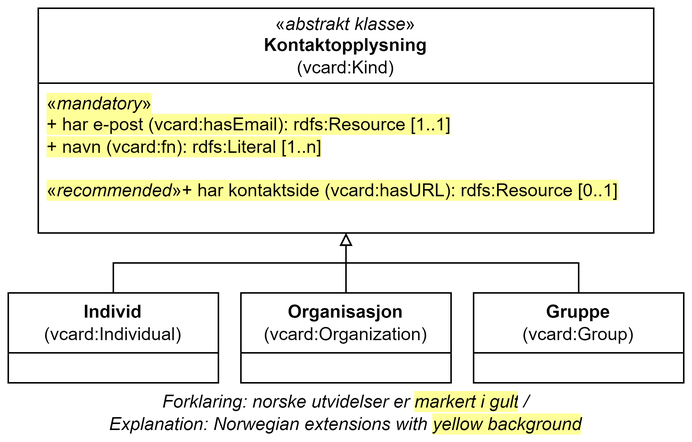
The draw.io diagram images/Klassen-Kontaktopplysning.png in Informasjonsforvaltning/dcat-ap-no, before a commit. Source tidied: cells renumbered, new cells last; positions are measured from the earlier drawing's top-left corner, leaving out a move shared by most shapes.
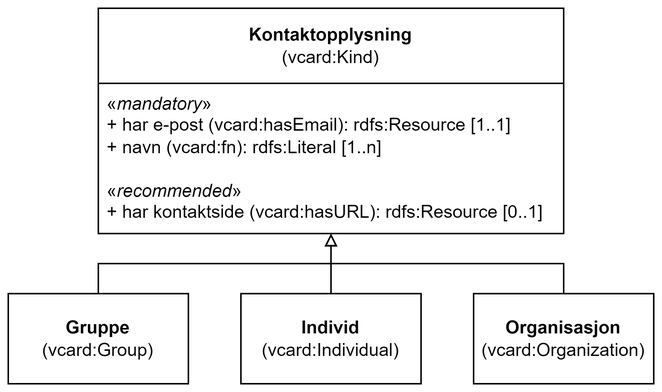
Later version of the same file.

What changed in the source:
```diff
@@ -2,42 +2,43 @@
   <root>
     <mxCell id="0" />
     <mxCell id="1" parent="0" />
-    <mxCell id="2" value="&lt;span style=&quot;font-weight: normal;&quot;&gt;«&lt;i&gt;abstrakt klasse&lt;/i&gt;»&lt;/span&gt;&lt;br&gt;&lt;div&gt;Kontaktopplysning&lt;/div&gt;&lt;div&gt;&lt;span style=&quot;font-weight: normal;&quot;&gt;(vcard:Kind)&lt;/span&gt;&lt;/div&gt;" style="swimlane;whiteSpace=wrap;html=1;startSize=50;" parent="1" vertex="1">
-      <mxGeometry x="20" width="410" height="150" as="geometry" />
+    <mxCell id="2" value="&lt;div&gt;Kontaktopplysning&lt;/div&gt;&lt;div&gt;&lt;span style=&quot;font-weight: normal;&quot;&gt;(vcard:Kind)&lt;/span&gt;&lt;/div&gt;" style="swimlane;whiteSpace=wrap;html=1;startSize=50;" parent="1" vertex="1">
+      <mxGeometry x="70" width="310" height="150" as="geometry" />
     </mxCell>
-    <mxCell id="3" value="&lt;span style=&quot;background-color: rgb(255, 255, 153);&quot;&gt;«&lt;i&gt;mandatory&lt;/i&gt;»&lt;br&gt;&lt;/span&gt;&lt;div&gt;&lt;span style=&quot;background-color: rgb(255, 255, 153);&quot;&gt;+ har e-post (vcard:hasEmail):&amp;nbsp;&lt;/span&gt;&lt;span style=&quot;background-color: rgb(255, 255, 153);&quot;&gt;rdfs:Resource&lt;/span&gt;&lt;span style=&quot;background-color: rgb(255, 255, 153);&quot;&gt;&amp;nbsp;[1..1]&lt;/span&gt;&lt;/div&gt;&lt;span style=&quot;background-color: rgb(255, 255, 153);&quot;&gt;+ navn (vcard:fn): rdfs:Literal [1..n]&lt;br&gt;&lt;/span&gt;&lt;div&gt;&lt;div&gt;&lt;br&gt;&lt;/div&gt;&lt;/div&gt;&lt;div&gt;&lt;span style=&quot;background-color: rgb(255, 255, 153);&quot;&gt;«&lt;i&gt;recommended&lt;/i&gt;»&lt;/span&gt;&lt;span style=&quot;background-color: rgb(255, 255, 153);&quot;&gt;+ har kontaktside (vcard:hasURL): rdfs:Resource [0..1]&lt;/span&gt;&lt;span style=&quot;background-color: rgb(255, 255, 153);&quot;&gt;&lt;br&gt;&lt;/span&gt;&lt;/div&gt;&lt;div&gt;&lt;br&gt;&lt;/div&gt;" style="text;strokeColor=none;fillColor=none;align=left;verticalAlign=top;spacingLeft=4;spacingRight=4;overflow=hidden;whiteSpace=wrap;html=1;" parent="2" vertex="1">
-      <mxGeometry y="50" width="400" height="100" as="geometry" />
+    <mxCell id="3" value="«&lt;i style=&quot;&quot;&gt;mandatory&lt;/i&gt;»&lt;br&gt;&lt;div&gt;+ har e-post (vcard:hasEmail):&amp;nbsp;rdfs:Resource&amp;nbsp;[1..1]&lt;/div&gt;+ navn (vcard:fn): rdfs:Literal [1..n]&lt;br&gt;&lt;div&gt;&lt;div&gt;&lt;br&gt;&lt;/div&gt;&lt;/div&gt;&lt;div&gt;«&lt;i&gt;recommended&lt;/i&gt;»&lt;/div&gt;&lt;div&gt;+ har kontaktside (vcard:hasURL): rdfs:Resource [0..1]&lt;/div&gt;" style="text;strokeColor=none;fillColor=none;align=left;verticalAlign=top;spacingLeft=4;spacingRight=4;overflow=hidden;whiteSpace=wrap;html=1;" parent="2" vertex="1">
+      <mxGeometry y="50" width="320" height="100" as="geometry" />
     </mxCell>
+    <mxCell id="6" style="endArrow=block;html=1;rounded=0;exitX=0.5;exitY=0;exitDx=0;exitDy=0;entryX=0.5;entryY=1;entryDx=0;entryDy=0;endFill=0;" parent="1" edge="1" target="2">
+      <mxGeometry relative="1" as="geometry">
+        <mxPoint x="70" y="190" as="sourcePoint" />
+        <Array as="points">
+          <mxPoint x="70" y="170" />
+          <mxPoint x="225" y="170" />
+        </Array>
+      </mxGeometry>
+    </mxCell>
+    <mxCell id="7" style="endArrow=block;html=1;rounded=0;exitX=0.5;exitY=0;exitDx=0;exitDy=0;endFill=0;entryX=0.5;entryY=1;entryDx=0;entryDy=0;" parent="1" edge="1" target="2">
+      <mxGeometry relative="1" as="geometry">
+        <mxPoint x="225" y="190" as="sourcePoint" />
+      </mxGeometry>
+    </mxCell>
+    <mxCell id="9" style="endArrow=block;html=1;rounded=0;exitX=0.5;exitY=0;exitDx=0;exitDy=0;endFill=0;entryX=0.5;entryY=1;entryDx=0;entryDy=0;" parent="1" edge="1" target="2">
+      <mxGeometry relative="1" as="geometry">
+        <mxPoint x="380" y="190" as="sourcePoint" />
+        <Array as="points">
+          <mxPoint x="380" y="170" />
+          <mxPoint x="225" y="170" />
+        </Array>
+      </mxGeometry>
+    </mxCell>
-    <mxCell id="4" value="Individ&lt;br&gt;&lt;span style=&quot;font-weight: normal;&quot;&gt;(vcard:Individual&lt;span style=&quot;background-color: initial;&quot;&gt;)&lt;/span&gt;&lt;/span&gt;" style="swimlane;whiteSpace=wrap;html=1;startSize=40;" parent="1" vertex="1">
-      <mxGeometry y="190" width="140" height="60" as="geometry" />
+    <mxCell id="4" value="&lt;span style=&quot;color: rgb(0, 0, 0); font-family: Helvetica; font-size: 12px; font-style: normal; font-variant-ligatures: normal; font-variant-caps: normal; font-weight: 700; letter-spacing: normal; orphans: 2; text-align: center; text-indent: 0px; text-transform: none; widows: 2; word-spacing: 0px; -webkit-text-stroke-width: 0px; white-space: normal; text-decoration-thickness: initial; text-decoration-style: initial; text-decoration-color: initial; float: none; display: inline !important;&quot;&gt;Individ&lt;/span&gt;&lt;br style=&quot;forced-color-adjust: none; color: rgb(0, 0, 0); font-family: Helvetica; font-size: 12px; font-style: normal; font-variant-ligatures: normal; font-variant-caps: normal; font-weight: 700; letter-spacing: normal; orphans: 2; text-align: center; text-indent: 0px; text-transform: none; widows: 2; word-spacing: 0px; -webkit-text-stroke-width: 0px; white-space: normal; text-decoration-thickness: initial; text-decoration-style: initial; text-decoration-color: initial;&quot;&gt;&lt;span style=&quot;forced-color-adjust: none; color: rgb(0, 0, 0); font-family: Helvetica; font-size: 12px; font-style: normal; font-variant-ligatures: normal; font-variant-caps: normal; letter-spacing: normal; orphans: 2; text-align: center; text-indent: 0px; text-transform: none; widows: 2; word-spacing: 0px; -webkit-text-stroke-width: 0px; white-space: normal; text-decoration-thickness: initial; text-decoration-style: initial; text-decoration-color: initial; font-weight: normal;&quot;&gt;(vcard:Individual&lt;span style=&quot;forced-color-adjust: none;&quot;&gt;)&lt;/span&gt;&lt;/span&gt;" style="rounded=0;whiteSpace=wrap;html=1;" parent="1" vertex="1">
+      <mxGeometry x="165" y="190" width="120" height="60" as="geometry" />
     </mxCell>
-    <mxCell id="5" value="Organisasjon&lt;br&gt;&lt;span style=&quot;font-weight: normal;&quot;&gt;(vcard:Organization&lt;span style=&quot;border-color: var(--border-color); background-color: initial;&quot;&gt;)&lt;/span&gt;&lt;/span&gt;" style="swimlane;whiteSpace=wrap;html=1;startSize=40;" parent="1" vertex="1">
-      <mxGeometry x="155" y="190" width="140" height="60" as="geometry" />
+    <mxCell id="5" value="&lt;span style=&quot;font-weight: 700;&quot;&gt;Organisasjon&lt;/span&gt;&lt;br style=&quot;font-weight: 700;&quot;&gt;(vcard:Organization&lt;span style=&quot;border-color: var(--border-color);&quot;&gt;)&lt;/span&gt;" style="rounded=0;whiteSpace=wrap;html=1;" parent="1" vertex="1">
+      <mxGeometry x="320" y="190" width="120" height="60" as="geometry" />
     </mxCell>
-    <mxCell id="6" style="endArrow=block;html=1;rounded=0;exitX=0.5;exitY=0;exitDx=0;exitDy=0;entryX=0.5;entryY=1;entryDx=0;entryDy=0;endFill=0;" parent="1" edge="1" source="4" target="2">
-      <mxGeometry relative="1" as="geometry">
-        <Array as="points">
-          <mxPoint x="70" y="170" />
-          <mxPoint x="225" y="170" />
-        </Array>
-      </mxGeometry>
-    </mxCell>
-    <mxCell id="7" style="endArrow=block;html=1;rounded=0;exitX=0.5;exitY=0;exitDx=0;exitDy=0;endFill=0;entryX=0.5;entryY=1;entryDx=0;entryDy=0;" parent="1" edge="1" source="5" target="2">
-      <mxGeometry relative="1" as="geometry" />
-    </mxCell>
-    <mxCell id="8" value="Gruppe&lt;br&gt;&lt;span style=&quot;font-weight: normal;&quot;&gt;(vcard:&lt;/span&gt;&lt;span style=&quot;border-color: var(--border-color); background-color: initial;&quot;&gt;&lt;span style=&quot;font-weight: 400;&quot;&gt;Group&lt;/span&gt;&lt;span style=&quot;font-weight: normal;&quot;&gt;)&lt;/span&gt;&lt;/span&gt;" style="swimlane;whiteSpace=wrap;html=1;startSize=40;" parent="1" vertex="1">
-      <mxGeometry x="310" y="190" width="140" height="60" as="geometry" />
+    <mxCell id="8" value="&lt;span style=&quot;font-weight: 700;&quot;&gt;Gruppe&lt;/span&gt;&lt;br style=&quot;font-weight: 700;&quot;&gt;(vcard:&lt;span style=&quot;font-weight: 700; border-color: var(--border-color);&quot;&gt;&lt;span style=&quot;font-weight: 400;&quot;&gt;Group&lt;/span&gt;&lt;span style=&quot;font-weight: normal;&quot;&gt;)&lt;/span&gt;&lt;/span&gt;" style="rounded=0;whiteSpace=wrap;html=1;" parent="1" vertex="1">
+      <mxGeometry x="10" y="190" width="120" height="60" as="geometry" />
     </mxCell>
-    <mxCell id="9" style="endArrow=block;html=1;rounded=0;exitX=0.5;exitY=0;exitDx=0;exitDy=0;endFill=0;entryX=0.5;entryY=1;entryDx=0;entryDy=0;" parent="1" edge="1" source="8" target="2">
-      <mxGeometry relative="1" as="geometry">
-        <Array as="points">
-          <mxPoint x="380" y="170" />
-          <mxPoint x="225" y="170" />
-        </Array>
-      </mxGeometry>
-    </mxCell>
-    <mxCell id="10" value="Forklaring: norske utvidelser er&amp;nbsp;&lt;span style=&quot;background-color: rgb(255, 255, 153);&quot;&gt;markert i gult&lt;/span&gt;&lt;span style=&quot;background-color: rgb(255 , 255 , 255)&quot;&gt;&amp;nbsp;/ &lt;br&gt;&lt;/span&gt;Explanation:&amp;nbsp;&lt;span style=&quot;background-color: rgb(255 , 255 , 255)&quot;&gt;Norwegian extensions with &lt;/span&gt;&lt;span style=&quot;background-color: rgb(255, 255, 153);&quot;&gt;yellow background&lt;/span&gt;" style="text;html=1;strokeColor=none;fillColor=none;align=center;verticalAlign=middle;whiteSpace=wrap;rounded=0;fontStyle=2;" parent="1" vertex="1">
-      <mxGeometry y="260" width="450" height="20" as="geometry" />
-    </mxCell>
   </root>
 </mxGraphModel>
```
